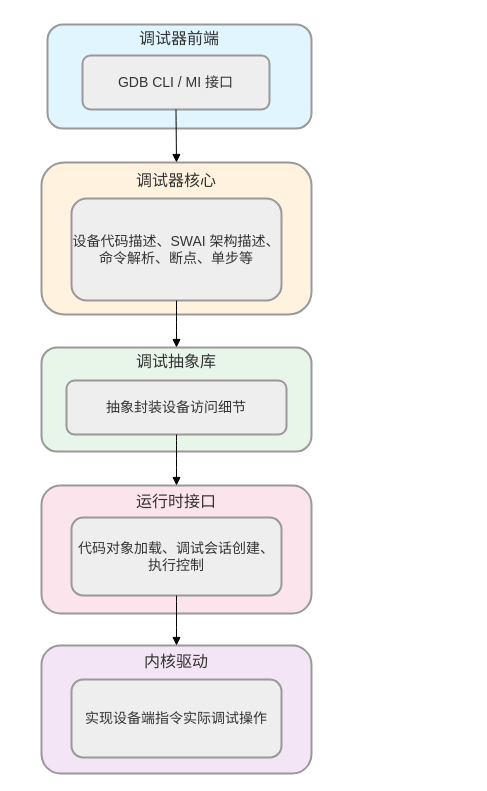
This is swai-gdb_arch-v2.drawio from HanxuLiu/drawio-files, a draw.io file, before an edit. Source tidied: cells renumbered, new cells numbered last; positions are measured from the earlier drawing's top-left corner, leaving out a move shared by most shapes. Both pictures are drawn from the tidied source at 100%, with x=0, y=0 at pixel (41, 24).
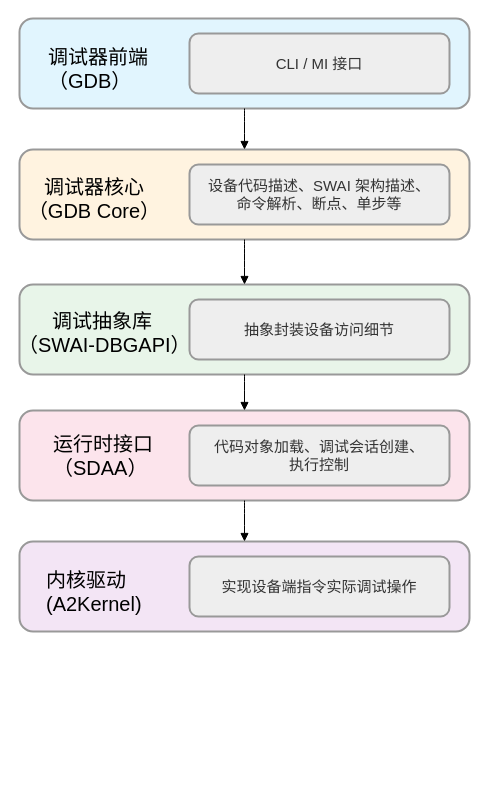
The same diagram, later.

The edit, as a diff of the source:
```diff
@@
-    <mxCell id="2" value="内核驱动&#10;&#10;&#10;&#10;&#10;" style="whiteSpace=wrap;strokeWidth=2;fillColor=#f3e5f5;strokeColor=light-dark(#999999,#cccccc);fontColor=light-dark(#333333,#cccccc);shadow=0;rounded=1;fontSize=16;" parent="1" vertex="1">
-      <mxGeometry y="621" width="270" height="128" as="geometry" />
+    <mxCell id="2" value="&#10;" style="whiteSpace=wrap;strokeWidth=2;fillColor=#f3e5f5;strokeColor=light-dark(#999999,#cccccc);fontColor=light-dark(#333333,#cccccc);shadow=0;rounded=1;fontSize=16;" parent="1" vertex="1">
+      <mxGeometry x="-22" y="517" width="450" height="90" as="geometry" />
     </mxCell>
-    <mxCell id="3" value="运行时接口&#10;&#10;&#10;&#10;&#10;" style="whiteSpace=wrap;strokeWidth=2;fillColor=#fce4ec;strokeColor=light-dark(#999999,#cccccc);fontColor=light-dark(#333333,#cccccc);shadow=0;rounded=1;fontSize=16;" parent="1" vertex="1">
-      <mxGeometry y="461" width="270" height="128" as="geometry" />
+    <mxCell id="3" value="&#10;" style="whiteSpace=wrap;strokeWidth=2;fillColor=#fce4ec;strokeColor=light-dark(#999999,#cccccc);fontColor=light-dark(#333333,#cccccc);shadow=0;rounded=1;fontSize=16;" parent="1" vertex="1">
+      <mxGeometry x="-22" y="386" width="450" height="90" as="geometry" />
     </mxCell>
-    <mxCell id="4" value="调试抽象库&#10;&#10;&#10;&#10;" style="whiteSpace=wrap;strokeWidth=2;fillColor=#e8f5e9;strokeColor=light-dark(#999999,#cccccc);fontColor=light-dark(#333333,#cccccc);shadow=0;rounded=1;fontSize=16;" parent="1" vertex="1">
-      <mxGeometry y="323" width="270" height="104" as="geometry" />
+    <mxCell id="4" style="whiteSpace=wrap;strokeWidth=2;fillColor=#e8f5e9;strokeColor=light-dark(#999999,#cccccc);fontColor=light-dark(#333333,#cccccc);shadow=0;rounded=1;fontSize=16;" parent="1" vertex="1">
+      <mxGeometry x="-22" y="260" width="450" height="90" as="geometry" />
     </mxCell>
-    <mxCell id="5" value="调试器核心&#10;&#10;&#10;&#10;&#10;&#10;" style="whiteSpace=wrap;strokeWidth=2;fillColor=#fff3e0;strokeColor=light-dark(#999999,#cccccc);fontColor=light-dark(#333333,#cccccc);shadow=0;rounded=1;fontSize=16;" parent="1" vertex="1">
-      <mxGeometry y="138" width="270" height="152" as="geometry" />
+    <mxCell id="5" value="&#10;" style="whiteSpace=wrap;strokeWidth=2;fillColor=#fff3e0;strokeColor=light-dark(#999999,#cccccc);fontColor=light-dark(#333333,#cccccc);shadow=0;rounded=1;fontSize=16;" parent="1" vertex="1">
+      <mxGeometry x="-22" y="125" width="450" height="90" as="geometry" />
     </mxCell>
-    <mxCell id="6" value="调试器前端&#10;&#10;&#10;&#10;" style="whiteSpace=wrap;strokeWidth=2;fillColor=#e1f5fe;strokeColor=light-dark(#999999,#cccccc);fontColor=light-dark(#333333,#cccccc);rounded=1;shadow=0;fontSize=16;" parent="1" vertex="1">
-      <mxGeometry x="6" width="264" height="104" as="geometry" />
+    <mxCell id="6" value="&#10;" style="whiteSpace=wrap;strokeWidth=2;fillColor=#e1f5fe;strokeColor=light-dark(#999999,#cccccc);fontColor=light-dark(#333333,#cccccc);rounded=1;shadow=0;fontSize=16;align=left;" parent="1" vertex="1">
+      <mxGeometry x="-22" y="-6" width="450" height="90" as="geometry" />
     </mxCell>
-    <mxCell id="7" value="GDB CLI / MI 接口" style="whiteSpace=wrap;strokeWidth=2;fillColor=light-dark(#eeeeee,#1f2020);strokeColor=light-dark(#999999,#cccccc);fontColor=light-dark(#333333,#cccccc);shadow=0;rounded=1;fontSize=14;" parent="1" vertex="1">
-      <mxGeometry x="41" y="31" width="187" height="54" as="geometry" />
+    <mxCell id="7" value="CLI / MI 接口" style="whiteSpace=wrap;strokeWidth=2;fillColor=light-dark(#eeeeee,#1f2020);strokeColor=light-dark(#999999,#cccccc);fontColor=light-dark(#333333,#cccccc);shadow=0;rounded=1;fontSize=15;" parent="1" vertex="1">
+      <mxGeometry x="148" y="9" width="260" height="60" as="geometry" />
     </mxCell>
-    <mxCell id="8" value="设备代码描述、SWAI 架构描述、命令解析、断点、单步等" style="whiteSpace=wrap;strokeWidth=2;fillColor=light-dark(#eeeeee,#1f2020);strokeColor=light-dark(#999999,#cccccc);fontColor=light-dark(#333333,#cccccc);shadow=0;rounded=1;fontSize=14;" parent="1" vertex="1">
-      <mxGeometry x="30" y="174" width="210" height="102" as="geometry" />
+    <mxCell id="8" value="设备代码描述、SWAI 架构描述、&#10;命令解析、断点、单步等" style="whiteSpace=wrap;strokeWidth=2;fillColor=light-dark(#eeeeee,#1f2020);strokeColor=light-dark(#999999,#cccccc);fontColor=light-dark(#333333,#cccccc);shadow=0;rounded=1;fontSize=15;" parent="1" vertex="1">
+      <mxGeometry x="148" y="140" width="260" height="60" as="geometry" />
     </mxCell>
-    <mxCell id="9" value="抽象封装设备访问细节" style="whiteSpace=wrap;strokeWidth=2;fillColor=light-dark(#eeeeee,#1f2020);strokeColor=light-dark(#999999,#cccccc);fontColor=light-dark(#333333,#cccccc);shadow=0;rounded=1;fontSize=14;" parent="1" vertex="1">
-      <mxGeometry x="25" y="356" width="220" height="54" as="geometry" />
+    <mxCell id="9" value="抽象封装设备访问细节" style="whiteSpace=wrap;strokeWidth=2;fillColor=light-dark(#eeeeee,#1f2020);strokeColor=light-dark(#999999,#cccccc);fontColor=light-dark(#333333,#cccccc);shadow=0;rounded=1;fontSize=15;" parent="1" vertex="1">
+      <mxGeometry x="148" y="275" width="260" height="60" as="geometry" />
     </mxCell>
-    <mxCell id="10" value="代码对象加载、调试会话创建、执行控制" style="whiteSpace=wrap;strokeWidth=2;fillColor=light-dark(#eeeeee,#1f2020);strokeColor=light-dark(#999999,#cccccc);fontColor=light-dark(#333333,#cccccc);shadow=0;rounded=1;fontSize=14;" parent="1" vertex="1">
-      <mxGeometry x="30" y="493" width="210" height="78" as="geometry" />
+    <mxCell id="10" value="代码对象加载、调试会话创建、&#10;执行控制" style="whiteSpace=wrap;strokeWidth=2;fillColor=light-dark(#eeeeee,#1f2020);strokeColor=light-dark(#999999,#cccccc);fontColor=light-dark(#333333,#cccccc);shadow=0;rounded=1;fontSize=15;" parent="1" vertex="1">
+      <mxGeometry x="148" y="401" width="260" height="60" as="geometry" />
     </mxCell>
-    <mxCell id="11" value="实现设备端指令实际调试操作" style="whiteSpace=wrap;strokeWidth=2;fillColor=light-dark(#eeeeee,#1f2020);strokeColor=light-dark(#999999,#cccccc);fontColor=light-dark(#333333,#cccccc);shadow=0;rounded=1;fontSize=14;" parent="1" vertex="1">
-      <mxGeometry x="30" y="655" width="210" height="78" as="geometry" />
+    <mxCell id="11" value="实现设备端指令实际调试操作" style="whiteSpace=wrap;strokeWidth=2;fillColor=light-dark(#eeeeee,#1f2020);strokeColor=light-dark(#999999,#cccccc);fontColor=light-dark(#333333,#cccccc);shadow=0;rounded=1;fontSize=15;" parent="1" vertex="1">
+      <mxGeometry x="148" y="532" width="260" height="60" as="geometry" />
     </mxCell>
-    <mxCell id="12" style="curved=1;startArrow=none;endArrow=block;exitX=0.5;exitY=1;entryX=0.5;entryY=0;rounded=0;entryDx=0;entryDy=0;shadow=0;fontSize=14;" parent="1" edge="1" source="7" target="5">
+    <mxCell id="12" style="curved=1;startArrow=none;endArrow=block;entryX=0.5;entryY=0;rounded=0;entryDx=0;entryDy=0;shadow=0;fontSize=14;exitX=0.5;exitY=1;exitDx=0;exitDy=0;" parent="1" edge="1" source="6" target="5">
       <mxGeometry relative="1" as="geometry" />
     </mxCell>
-    <mxCell id="13" style="curved=1;startArrow=none;endArrow=block;exitX=0.5;exitY=1;entryX=0.5;entryY=0;rounded=0;entryDx=0;entryDy=0;shadow=0;fontSize=14;" parent="1" edge="1" source="8" target="4">
+    <mxCell id="13" style="curved=1;startArrow=none;endArrow=block;exitX=0.5;exitY=1;entryX=0.5;entryY=0;rounded=0;entryDx=0;entryDy=0;shadow=0;fontSize=14;exitDx=0;exitDy=0;" parent="1" edge="1" source="5" target="4">
       <mxGeometry relative="1" as="geometry" />
     </mxCell>
-    <mxCell id="14" style="curved=1;startArrow=none;endArrow=block;exitX=0.5;exitY=1;rounded=0;shadow=0;fontSize=14;entryX=0.5;entryY=0;entryDx=0;entryDy=0;" parent="1" edge="1" source="9" target="3">
+    <mxCell id="14" style="curved=1;startArrow=none;endArrow=block;rounded=0;shadow=0;fontSize=14;entryX=0.5;entryY=0;entryDx=0;entryDy=0;exitX=0.5;exitY=1;exitDx=0;exitDy=0;" parent="1" edge="1" source="4" target="3">
       <mxGeometry relative="1" as="geometry" />
     </mxCell>
-    <mxCell id="15" style="curved=1;startArrow=none;endArrow=block;exitX=0.5;exitY=1;rounded=0;shadow=0;fontSize=14;entryX=0.5;entryY=0;entryDx=0;entryDy=0;" parent="1" edge="1" source="10" target="2">
+    <mxCell id="15" style="curved=1;startArrow=none;endArrow=block;exitX=0.5;exitY=1;rounded=0;shadow=0;fontSize=14;entryX=0.5;entryY=0;entryDx=0;entryDy=0;exitDx=0;exitDy=0;" parent="1" edge="1" source="3" target="2">
       <mxGeometry relative="1" as="geometry" />
     </mxCell>
+    <mxCell id="16" value="调试器前端&lt;div&gt;（GDB）&lt;/div&gt;" style="text;whiteSpace=wrap;html=1;fontSize=20;" parent="1" vertex="1">
+      <mxGeometry x="5" y="14" width="120" height="30" as="geometry" />
+    </mxCell>
+    <mxCell id="17" value="调试器核心&lt;div&gt;（GDB Core）&lt;/div&gt;" style="text;whiteSpace=wrap;html=1;fontSize=20;align=center;" parent="1" vertex="1">
+      <mxGeometry x="-22" y="144" width="150" height="40" as="geometry" />
+    </mxCell>
+    <mxCell id="18" value="运行时接口&lt;div&gt;（SDAA）&lt;/div&gt;" style="text;whiteSpace=wrap;html=1;fontSize=20;" parent="1" vertex="1">
+      <mxGeometry x="10" y="401" width="110" height="60" as="geometry" />
+    </mxCell>
+    <mxCell id="19" value="内核驱动&lt;div&gt;(A2Kernel)&lt;/div&gt;" style="text;whiteSpace=wrap;html=1;fontSize=20;" parent="1" vertex="1">
+      <mxGeometry x="3" y="537" width="110" height="50" as="geometry" />
+    </mxCell>
+    <mxCell id="20" value="调试抽象库&lt;div&gt;（SWAI-DBGAPI）&lt;/div&gt;" style="text;whiteSpace=wrap;html=1;fontSize=20;align=center;" parent="1" vertex="1">
+      <mxGeometry x="-24" y="278" width="170" height="40" as="geometry" />
+    </mxCell>
```
